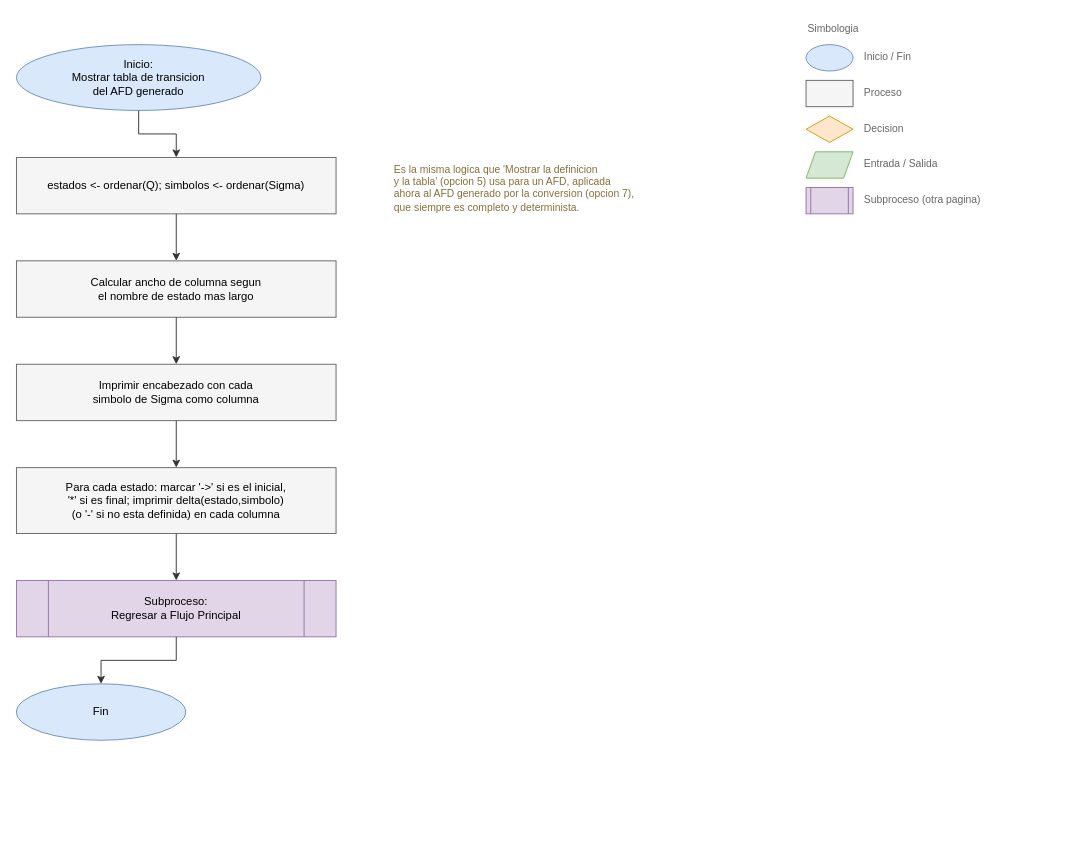
Earlier version of the draw.io diagram Proyecto 2/Documentacion/diagramas/9_Tabla_del_AFD_generado.drawio (rodruiz03/Proyecto_LFA). Source tidied: cells renumbered, new cells numbered last; positions are measured from the earlier drawing's top-left corner, leaving out a move shared by most shapes. Both pictures are drawn from the tidied source at 94%, with x=0, y=0 at pixel (16, 16).
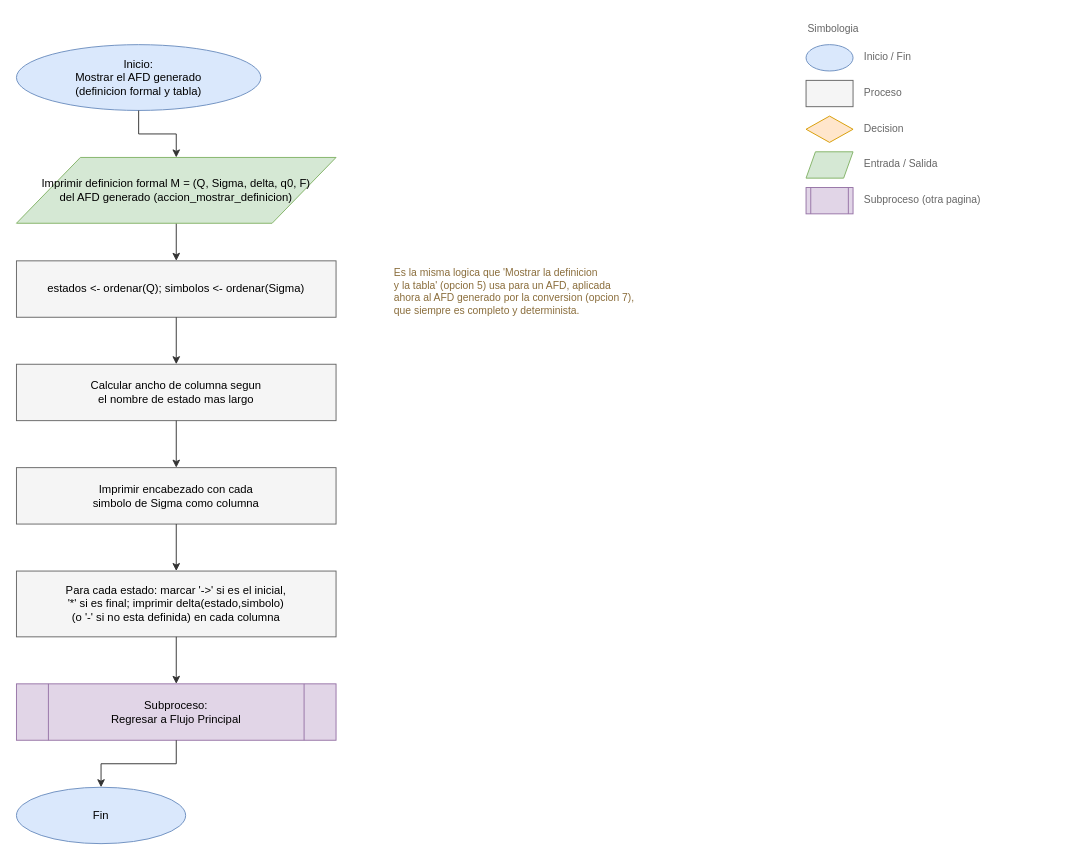
The same diagram, later.

What changed in the source:
```diff
@@
-    <mxCell id="2" value="Inicio:&#10;Mostrar tabla de transicion&#10;del AFD generado" style="ellipse;whiteSpace=wrap;html=1;fillColor=#dae8fc;strokeColor=#6c8ebf;fontSize=12;" parent="1" vertex="1">
+    <mxCell id="2" value="Inicio:&#10;Mostrar el AFD generado&#10;(definicion formal y tabla)" style="ellipse;whiteSpace=wrap;html=1;fillColor=#dae8fc;strokeColor=#6c8ebf;fontSize=12;" parent="1" vertex="1">
       <mxGeometry y="30" width="260" height="70" as="geometry" />
     </mxCell>
     <mxCell id="3" value="estados &lt;- ordenar(Q); simbolos &lt;- ordenar(Sigma)" style="rounded=0;whiteSpace=wrap;html=1;fillColor=#f5f5f5;strokeColor=#666666;fontSize=12;align=center;" parent="1" vertex="1">
-      <mxGeometry y="150" width="340" height="60" as="geometry" />
+      <mxGeometry y="260" width="340" height="60" as="geometry" />
     </mxCell>
-    <mxCell id="4" style="edgeStyle=orthogonalEdgeStyle;rounded=0;html=1;jettySize=auto;strokeColor=#333333;fontSize=11;" parent="1" edge="1" source="2" target="3">
+    <mxCell id="4" style="edgeStyle=orthogonalEdgeStyle;rounded=0;html=1;jettySize=auto;strokeColor=#333333;fontSize=11;" parent="1" edge="1" source="27" target="3">
       <mxGeometry relative="1" as="geometry" />
     </mxCell>
     <mxCell id="5" value="Calcular ancho de columna segun&#10;el nombre de estado mas largo" style="rounded=0;whiteSpace=wrap;html=1;fillColor=#f5f5f5;strokeColor=#666666;fontSize=12;align=center;" parent="1" vertex="1">
-      <mxGeometry y="260" width="340" height="60" as="geometry" />
+      <mxGeometry y="370" width="340" height="60" as="geometry" />
     </mxCell>
@@
     <mxCell id="7" value="Imprimir encabezado con cada&#10;simbolo de Sigma como columna" style="rounded=0;whiteSpace=wrap;html=1;fillColor=#f5f5f5;strokeColor=#666666;fontSize=12;align=center;" parent="1" vertex="1">
-      <mxGeometry y="370" width="340" height="60" as="geometry" />
+      <mxGeometry y="480" width="340" height="60" as="geometry" />
     </mxCell>
@@
     <mxCell id="9" value="Para cada estado: marcar '-&gt;' si es el inicial,&#10;'*' si es final; imprimir delta(estado,simbolo)&#10;(o '-' si no esta definida) en cada columna" style="rounded=0;whiteSpace=wrap;html=1;fillColor=#f5f5f5;strokeColor=#666666;fontSize=12;align=center;" parent="1" vertex="1">
-      <mxGeometry y="480" width="340" height="70" as="geometry" />
+      <mxGeometry y="590" width="340" height="70" as="geometry" />
     </mxCell>
@@
     <mxCell id="11" value="Subproceso:&#10;Regresar a Flujo Principal" style="shape=process;whiteSpace=wrap;html=1;fillColor=#e1d5e7;strokeColor=#9673a6;fontSize=12;align=center;" parent="1" vertex="1">
-      <mxGeometry y="600" width="340" height="60" as="geometry" />
+      <mxGeometry y="710" width="340" height="60" as="geometry" />
     </mxCell>
@@
     <mxCell id="13" value="Fin" style="ellipse;whiteSpace=wrap;html=1;fillColor=#dae8fc;strokeColor=#6c8ebf;fontSize=12;" parent="1" vertex="1">
-      <mxGeometry y="710" width="180" height="60" as="geometry" />
+      <mxGeometry y="820" width="180" height="60" as="geometry" />
     </mxCell>
@@
     <mxCell id="15" value="Es la misma logica que 'Mostrar la definicion&#10;y la tabla' (opcion 5) usa para un AFD, aplicada&#10;ahora al AFD generado por la conversion (opcion 7),&#10;que siempre es completo y determinista." style="text;html=1;align=left;verticalAlign=top;fontSize=11;fontColor=#8a6d3b;whiteSpace=wrap;" parent="1" vertex="1">
-      <mxGeometry x="400" y="150" width="380" height="120" as="geometry" />
+      <mxGeometry x="400" y="260" width="380" height="120" as="geometry" />
     </mxCell>
@@
+    <mxCell id="27" value="Imprimir definicion formal M = (Q, Sigma, delta, q0, F)&#10;del AFD generado (accion_mostrar_definicion)" style="shape=parallelogram;perimeter=parallelogramPerimeter;whiteSpace=wrap;html=1;fillColor=#d5e8d4;strokeColor=#82b366;fontSize=12;align=center;" parent="1" vertex="1">
+      <mxGeometry y="150" width="340" height="70" as="geometry" />
+    </mxCell>
+    <mxCell id="28" style="edgeStyle=orthogonalEdgeStyle;rounded=0;html=1;jettySize=auto;strokeColor=#333333;fontSize=11;" parent="1" edge="1" source="2" target="27">
+      <mxGeometry relative="1" as="geometry" />
+    </mxCell>
```
